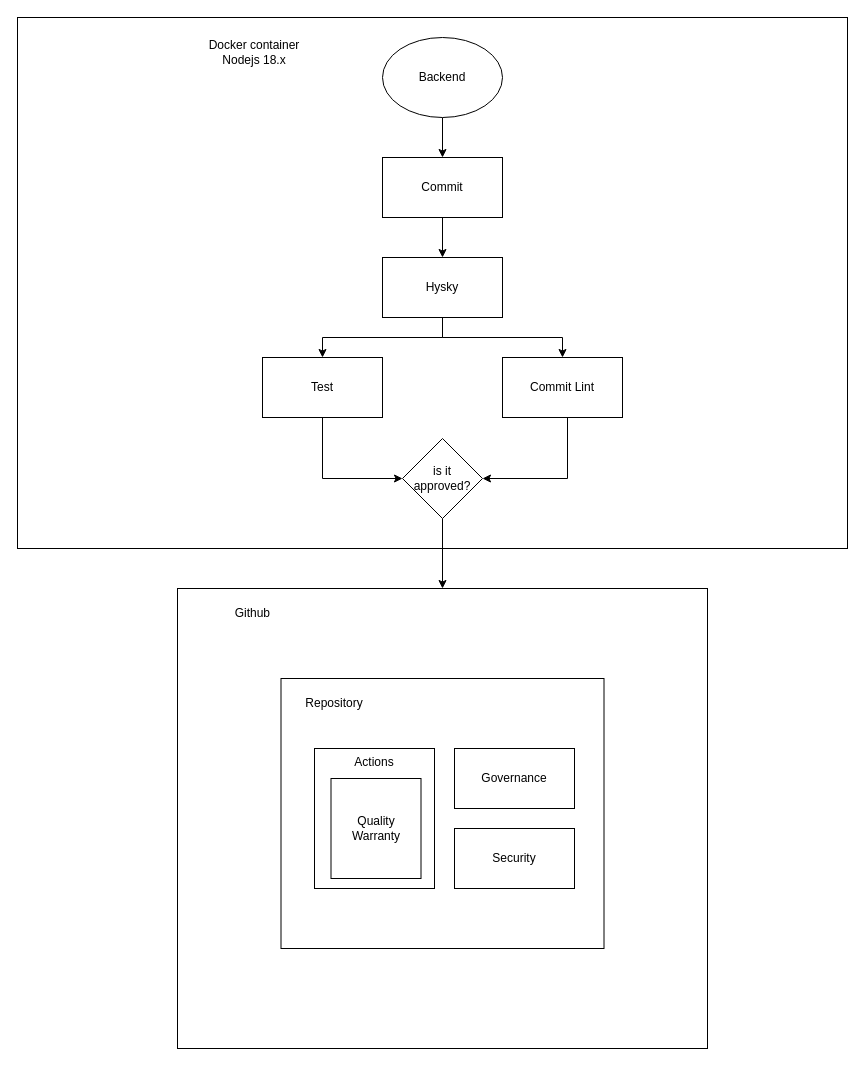
Earlier version of the draw.io diagram page "Backend Quality Warranty" (2 of 5) of cpi-publisher-diagram.drawio (gabriel-rodrigues-f/sap-cloud-integration-architectural-diagrams). Source tidied: cells renumbered, new cells numbered last; positions are measured from the earlier drawing's top-left corner, leaving out a move shared by most shapes. Both pictures are drawn from the tidied source at 100%, with x=0, y=0 at pixel (17, 17).
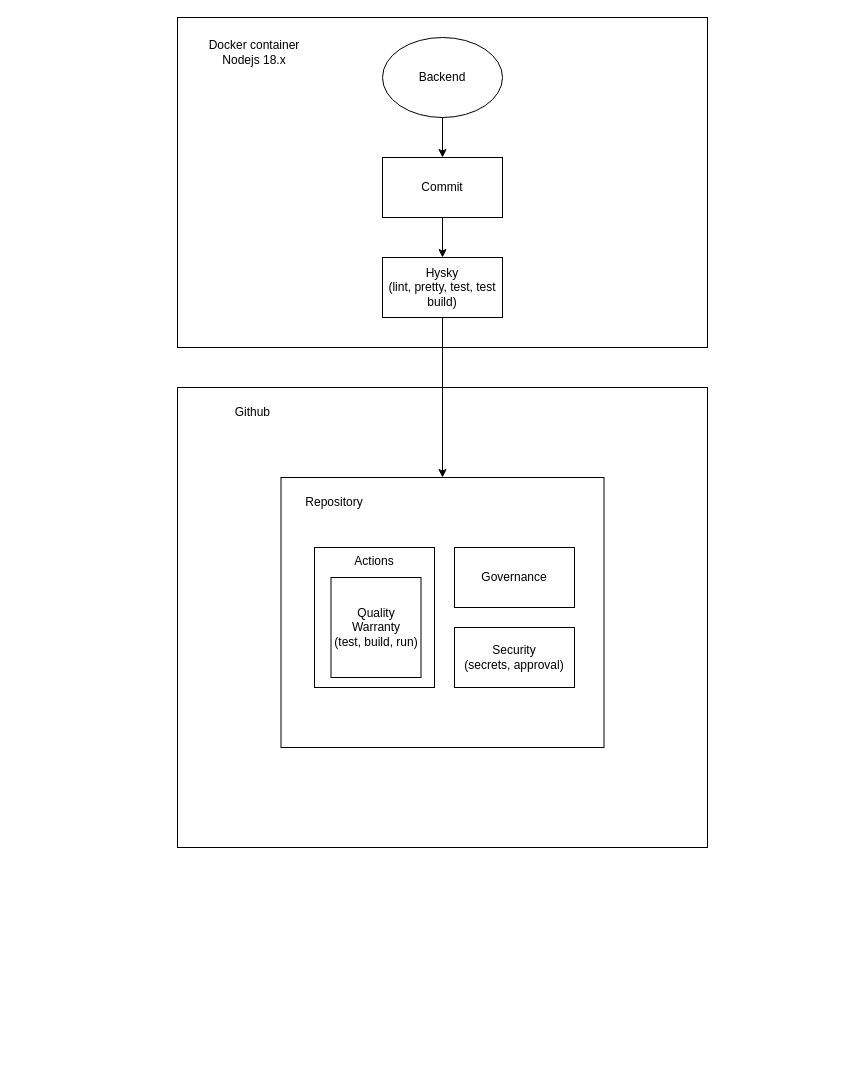
The same page after the edit.

Unchanged cells that the change refers to:
```xml
<mxCell id="7" value="Commit" style="rounded=0;whiteSpace=wrap;html=1;" parent="1" vertex="1">
  <mxGeometry x="365" y="140" width="120" height="60" as="geometry" />
</mxCell>
```

What changed in the source:
```diff
@@
-    <mxCell id="2" style="rounded=0;whiteSpace=wrap;html=1;" parent="1" vertex="1">
-      <mxGeometry x="160" y="571" width="530" height="460" as="geometry" />
-    </mxCell>
-    <mxCell id="3" style="rounded=0;whiteSpace=wrap;html=1;" parent="1" vertex="1">
-      <mxGeometry width="830" height="531" as="geometry" />
-    </mxCell>
+    <mxCell id="26" style="rounded=0;whiteSpace=wrap;html=1;" parent="1" vertex="1">
+      <mxGeometry x="160" y="370" width="530" height="460" as="geometry" />
+    </mxCell>
+    <mxCell id="27" style="rounded=0;whiteSpace=wrap;html=1;" parent="1" vertex="1">
+      <mxGeometry x="160" width="530" height="330" as="geometry" />
+    </mxCell>
@@
-    <mxCell id="6" style="edgeStyle=orthogonalEdgeStyle;rounded=0;jettySize=auto;html=1;" parent="1" edge="1" source="7" target="10">
-      <mxGeometry relative="1" as="geometry" />
-    </mxCell>
+    <mxCell id="28" style="edgeStyle=orthogonalEdgeStyle;rounded=0;jettySize=auto;html=1;" parent="1" edge="1" source="7" target="30">
+      <mxGeometry relative="1" as="geometry" />
+    </mxCell>
@@
-    <mxCell id="8" style="edgeStyle=orthogonalEdgeStyle;rounded=0;jettySize=auto;html=1;exitX=0.5;exitY=1;exitDx=0;exitDy=0;" parent="1" edge="1" source="10" target="12">
-      <mxGeometry relative="1" as="geometry" />
-    </mxCell>
-    <mxCell id="9" style="edgeStyle=orthogonalEdgeStyle;rounded=0;jettySize=auto;html=1;" parent="1" edge="1" source="10" target="23">
-      <mxGeometry relative="1" as="geometry" />
-    </mxCell>
-    <mxCell id="10" value="Hysky" style="rounded=0;whiteSpace=wrap;html=1;" parent="1" vertex="1">
-      <mxGeometry x="365" y="240" width="120" height="60" as="geometry" />
-    </mxCell>
-    <mxCell id="11" style="edgeStyle=orthogonalEdgeStyle;rounded=0;jettySize=auto;html=1;" parent="1" edge="1" source="12" target="25">
-      <mxGeometry relative="1" as="geometry">
-        <Array as="points">
-          <mxPoint x="305" y="461" />
-        </Array>
-      </mxGeometry>
-    </mxCell>
-    <mxCell id="12" value="Test" style="rounded=0;whiteSpace=wrap;html=1;" parent="1" vertex="1">
-      <mxGeometry x="245" y="340" width="120" height="60" as="geometry" />
-    </mxCell>
+    <mxCell id="29" style="edgeStyle=orthogonalEdgeStyle;rounded=0;jettySize=auto;html=1;" parent="1" edge="1" source="30" target="16">
+      <mxGeometry relative="1" as="geometry" />
+    </mxCell>
+    <mxCell id="30" value="Hysky&lt;br&gt;(lint, pretty, test, test build)" style="rounded=0;whiteSpace=wrap;html=1;" parent="1" vertex="1">
+      <mxGeometry x="365" y="240" width="120" height="60" as="geometry" />
+    </mxCell>
@@
     <mxCell id="14" value="Github&amp;nbsp;" style="text;html=1;strokeColor=none;fillColor=none;align=center;verticalAlign=middle;whiteSpace=wrap;rounded=0;" parent="1" vertex="1">
-      <mxGeometry x="177" y="581" width="120" height="30" as="geometry" />
+      <mxGeometry x="177" y="380" width="120" height="30" as="geometry" />
     </mxCell>
-    <mxCell id="15" style="group;" parent="1" vertex="1">
-      <mxGeometry x="263.5" y="661" width="323" height="270" as="geometry" />
-    </mxCell>
+    <mxCell id="31" style="group;" parent="1" vertex="1">
+      <mxGeometry x="263.5" y="460" width="323" height="270" as="geometry" />
+    </mxCell>
-    <mxCell id="16" style="rounded=0;whiteSpace=wrap;html=1;" parent="15" vertex="1">
+    <mxCell id="16" style="rounded=0;whiteSpace=wrap;html=1;" parent="31" vertex="1">
       <mxGeometry width="323" height="270" as="geometry" />
     </mxCell>
-    <mxCell id="17" value="Repository" style="text;html=1;strokeColor=none;fillColor=none;align=center;verticalAlign=middle;whiteSpace=wrap;rounded=0;" parent="15" vertex="1">
+    <mxCell id="17" value="Repository" style="text;html=1;strokeColor=none;fillColor=none;align=center;verticalAlign=middle;whiteSpace=wrap;rounded=0;" parent="31" vertex="1">
       <mxGeometry x="23.5" y="10" width="60" height="30" as="geometry" />
     </mxCell>
-    <mxCell id="18" value="Governance" style="rounded=0;whiteSpace=wrap;html=1;" parent="15" vertex="1">
+    <mxCell id="18" value="Governance" style="rounded=0;whiteSpace=wrap;html=1;" parent="31" vertex="1">
       <mxGeometry x="173.5" y="70" width="120" height="60" as="geometry" />
     </mxCell>
-    <mxCell id="19" value="Actions" style="rounded=0;whiteSpace=wrap;html=1;verticalAlign=top;" parent="15" vertex="1">
+    <mxCell id="19" value="Actions" style="rounded=0;whiteSpace=wrap;html=1;verticalAlign=top;" parent="31" vertex="1">
       <mxGeometry x="33.5" y="70" width="120" height="140" as="geometry" />
     </mxCell>
-    <mxCell id="20" value="Security" style="rounded=0;whiteSpace=wrap;html=1;" parent="15" vertex="1">
-      <mxGeometry x="173.5" y="150" width="120" height="60" as="geometry" />
-    </mxCell>
-    <mxCell id="21" value="Quality Warranty" style="rounded=0;whiteSpace=wrap;html=1;" parent="15" vertex="1">
-      <mxGeometry x="50" y="100" width="90" height="100" as="geometry" />
-    </mxCell>
-    <mxCell id="22" style="edgeStyle=orthogonalEdgeStyle;rounded=0;jettySize=auto;html=1;entryX=1;entryY=0.5;entryDx=0;entryDy=0;" parent="1" edge="1" source="23" target="25">
-      <mxGeometry relative="1" as="geometry">
-        <Array as="points">
-          <mxPoint x="550" y="461" />
-        </Array>
-      </mxGeometry>
-    </mxCell>
-    <mxCell id="23" value="Commit Lint" style="rounded=0;whiteSpace=wrap;html=1;" parent="1" vertex="1">
-      <mxGeometry x="485" y="340" width="120" height="60" as="geometry" />
-    </mxCell>
-    <mxCell id="24" style="edgeStyle=orthogonalEdgeStyle;rounded=0;jettySize=auto;html=1;" parent="1" edge="1" source="25" target="2">
-      <mxGeometry relative="1" as="geometry" />
-    </mxCell>
-    <mxCell id="25" value="is it approved?" style="rhombus;whiteSpace=wrap;html=1;" parent="1" vertex="1">
-      <mxGeometry x="385" y="421" width="80" height="80" as="geometry" />
-    </mxCell>
+    <mxCell id="32" value="Security&lt;br&gt;(secrets,&amp;nbsp;approval)" style="rounded=0;whiteSpace=wrap;html=1;" parent="31" vertex="1">
+      <mxGeometry x="173.5" y="150" width="120" height="60" as="geometry" />
+    </mxCell>
+    <mxCell id="33" value="Quality Warranty&lt;br&gt;(test, build, run)" style="rounded=0;whiteSpace=wrap;html=1;" parent="31" vertex="1">
+      <mxGeometry x="50" y="100" width="90" height="100" as="geometry" />
+    </mxCell>
```
